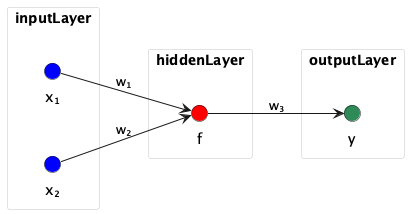
Earlier version of the PlantUML export images/datapreprocessing.png (letranger/AI).
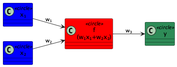
After the change.

Diff of the diagram source:
```diff
@@ -1,24 +1,20 @@
 @startuml
-skinparam linetype polyline
 left to right direction
 skinparam defaultTextAlignment center
-skinparam RectangleBorderThickness 0
-
-rectangle inputLayer  {
-    circle "x₁" as x1 #blue
-    circle "x₂" as x2 #blue
+skinparam class {
+    BackgroundColor white
+    BorderColor black
+    FontSize 14
+    RoundCorner 50
 }
 
-rectangle hiddenLayer  {
-    circle "f" as f #red
-}
+class x1 as "x₁" <<circle>> #blue
+class x2 as "x₂" <<circle>> #blue
+class f  as "f\n(w₁x₁+w₂x₂)" <<circle>> #red
+class y  as "y" <<circle>> #seagreen
 
-rectangle outputLayer {
-    circle "y" as y #seagreen
-}
-
-x1 --> f : "w₁"
-x2 --> f : "w₂"
-f --> y : "w₃"
+x1 --> f : w₁
+x2 --> f : w₂
+f --> y : w₃
 
 @enduml
```
